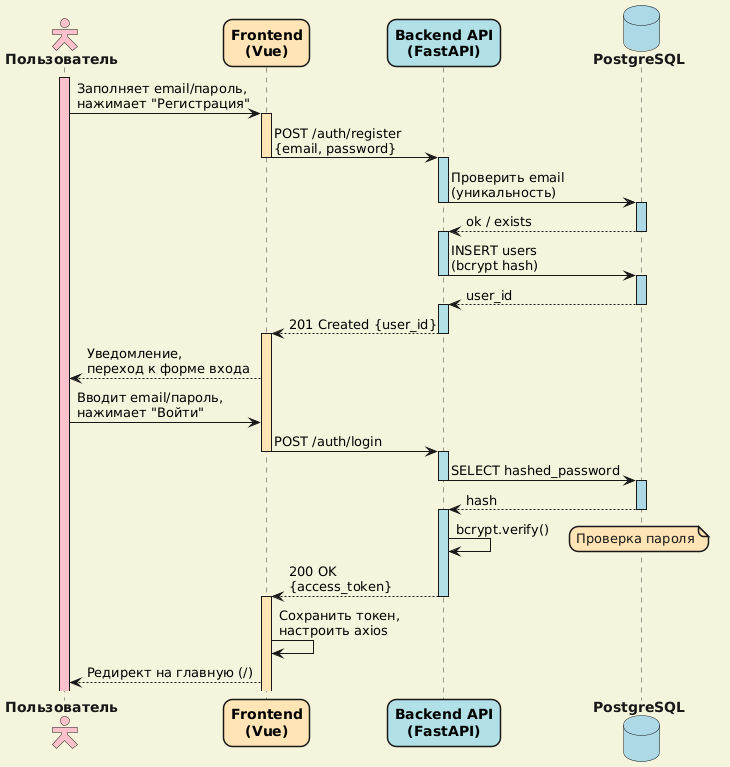
Earlier version of the PlantUML export docs/diagrams/сиквенс_диаграмма_регистрация_и_вход.png (cranchy-team/cook-book). Its diagram source:
```plantuml
@startuml
!theme mars

skinparam actor {
  FontStyle bold
  BackgroundColor #FFB6C1
}
skinparam participant {
  FontColor black
  FontStyle bold
}
skinparam database {
  FontStyle bold
  BackgroundColor #ADD8E6
}
skinparam backgroundcolor #F5F5DC
skinparam roundcorner 18
skinparam actorStyle hollow

actor "Пользователь" as User #pink
participant "Frontend\n(Vue)" as Frontend #FFE4B5
participant "Backend API\n(FastAPI)" as Backend #B0E0E6
database "PostgreSQL" as DB #ADD8E6

User ++ #pink
User -> Frontend ++ #FFE4B5 : Заполняет email/пароль,\nнажимает "Регистрация"
Frontend -> Backend --++ #B0E0E6 : POST /auth/register\n{email, password}
Backend -> DB --++ #ADD8E6 : Проверить email\n(уникальность)
DB --> Backend --++ #B0E0E6 : ok / exists
Backend -> DB --++ #ADD8E6 : INSERT users\n(bcrypt hash)
DB --> Backend --++ #B0E0E6 : user_id
Backend --> Frontend --++ #FFE4B5 : 201 Created {user_id}
Frontend --> User : Уведомление,\nпереход к форме входа

User -> Frontend : Вводит email/пароль,\nнажимает "Войти"
Frontend -> Backend --++ #B0E0E6 : POST /auth/login
Backend -> DB --++ #ADD8E6 : SELECT hashed_password
DB --> Backend --++ #B0E0E6 : hash
Backend -> Backend : bcrypt.verify()
note right #FFE4B5 : Проверка пароля
Backend --> Frontend --++ #FFE4B5 : 200 OK\n{access_token}
Frontend -> Frontend : Сохранить токен,\nнастроить axios
Frontend --> User : Редирект на главную (/)
@enduml
```
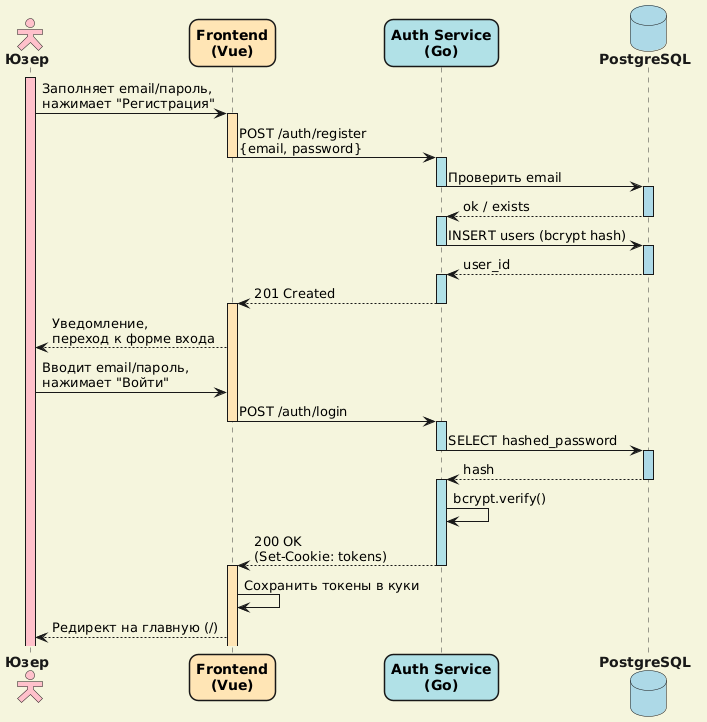
The same file after the commit.

The edit, as a diff of the source:
```diff
@@ -17,28 +17,27 @@
 skinparam roundcorner 18
 skinparam actorStyle hollow
 
-actor "Пользователь" as User #pink
+actor "Юзер" as User #pink
 participant "Frontend\n(Vue)" as Frontend #FFE4B5
-participant "Backend API\n(FastAPI)" as Backend #B0E0E6
+participant "Auth Service\n(Go)" as Auth #B0E0E6
 database "PostgreSQL" as DB #ADD8E6
 
 User ++ #pink
 User -> Frontend ++ #FFE4B5 : Заполняет email/пароль,\nнажимает "Регистрация"
-Frontend -> Backend --++ #B0E0E6 : POST /auth/register\n{email, password}
-Backend -> DB --++ #ADD8E6 : Проверить email\n(уникальность)
-DB --> Backend --++ #B0E0E6 : ok / exists
-Backend -> DB --++ #ADD8E6 : INSERT users\n(bcrypt hash)
-DB --> Backend --++ #B0E0E6 : user_id
-Backend --> Frontend --++ #FFE4B5 : 201 Created {user_id}
+Frontend -> Auth --++ #B0E0E6 : POST /auth/register\n{email, password}
+Auth -> DB --++ #ADD8E6 : Проверить email
+DB --> Auth --++ #B0E0E6 : ok / exists
+Auth -> DB --++ #ADD8E6 : INSERT users (bcrypt hash)
+DB --> Auth --++ #B0E0E6 : user_id
+Auth --> Frontend --++ #FFE4B5 : 201 Created
 Frontend --> User : Уведомление,\nпереход к форме входа
 
 User -> Frontend : Вводит email/пароль,\nнажимает "Войти"
-Frontend -> Backend --++ #B0E0E6 : POST /auth/login
-Backend -> DB --++ #ADD8E6 : SELECT hashed_password
-DB --> Backend --++ #B0E0E6 : hash
-Backend -> Backend : bcrypt.verify()
-note right #FFE4B5 : Проверка пароля
-Backend --> Frontend --++ #FFE4B5 : 200 OK\n{access_token}
-Frontend -> Frontend : Сохранить токен,\nнастроить axios
+Frontend -> Auth --++ #B0E0E6 : POST /auth/login
+Auth -> DB --++ #ADD8E6 : SELECT hashed_password
+DB --> Auth --++ #B0E0E6 : hash
+Auth -> Auth : bcrypt.verify()
+Auth --> Frontend --++ #FFE4B5 : 200 OK\n(Set-Cookie: tokens)
+Frontend -> Frontend : Сохранить токены в куки
 Frontend --> User : Редирект на главную (/)
 @enduml
```
